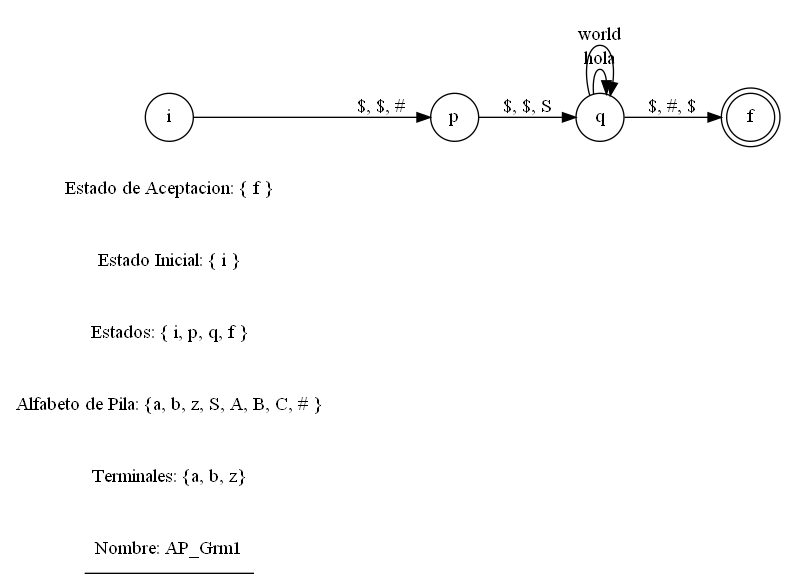
Before: Grm1.png, a diagram exported from Graphviz (jeach27/-LFP-Proyecto2_201903873). Its source is kept beside it as Grm1.dot. Source of this version:
```dot
digraph G{
rankdir=LR
A[label="Nombre: AP_Grm1",shape="underline"]
F[label="Terminales: {a, b, z}",shape="none"]
B[label="Alfabeto de Pila: {a, b, z, S, A, B, C, # }",shape="none"]
C[label="Estados: { i, p, q, f }",shape="none"]
D[label="Estado Inicial: { i }",shape="none"]
E[label="Estado de Aceptacion: { f }",shape="none"]
G[label="i",shape="circle"]
H[label="p",shape="circle"]
I[label="q",shape="circle"]
J[label="f",shape="doublecircle"]
G -> H [label="$, $, #"]
H -> I [label="$, $, S"]
I -> J [label="$, #, $"]
I -> I [label="hola"]
I -> I [label="world"]

}
```
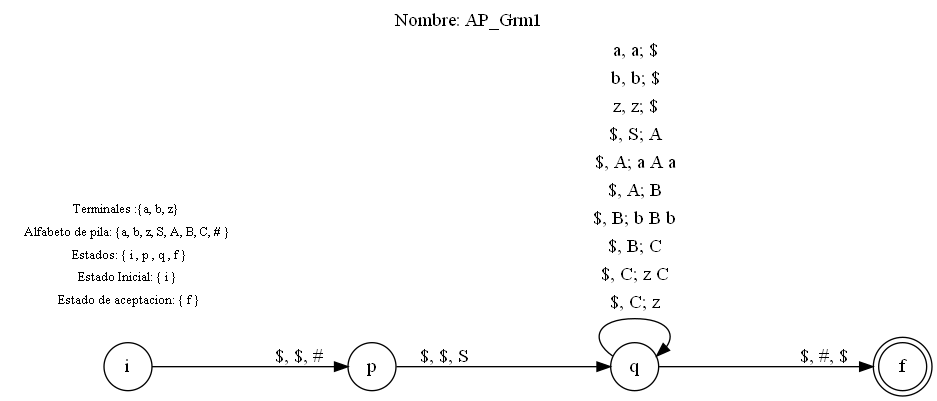
After the change.

Diff of the diagram source:
```diff
@@ -1,11 +1,5 @@
 digraph G{
 rankdir=LR
-A[label="Nombre: AP_Grm1",shape="underline"]
-F[label="Terminales: {a, b, z}",shape="none"]
-B[label="Alfabeto de Pila: {a, b, z, S, A, B, C, # }",shape="none"]
-C[label="Estados: { i, p, q, f }",shape="none"]
-D[label="Estado Inicial: { i }",shape="none"]
-E[label="Estado de Aceptacion: { f }",shape="none"]
 G[label="i",shape="circle"]
 H[label="p",shape="circle"]
 I[label="q",shape="circle"]
@@ -13,7 +7,25 @@
 G -> H [label="$, $, #"]
 H -> I [label="$, $, S"]
 I -> J [label="$, #, $"]
-I -> I [label="hola"]
-I -> I [label="world"]
-
+I -> I [label=<<TABLE BORDER="0" border = "0" cellborder = "0">
+<tr><td>a, a; $</td></tr>
+<tr><td>b, b; $</td></tr>
+<tr><td>z, z; $</td></tr>
+<tr><td>$, S; A</td></tr>
+<tr><td>$, A; a A a</td></tr>
+<tr><td>$, A; B</td></tr>
+<tr><td>$, B; b B b</td></tr>
+<tr><td>$, B; C</td></tr>
+<tr><td>$, C; z C</td></tr>
+<tr><td>$, C; z</td></tr>
+</TABLE>>]
+tabla[shape = plaintext, fontsize = 10, label = <
+<TABLE BORDER="0" border = "0" cellborder = "0">
+"<tr><td> Terminales :{a, b, z}  </td></tr>
+<tr><td> Alfabeto de pila: {a, b, z, S, A, B, C, # } </td></tr>
+<tr><td> Estados: { i , p , q , f }</td></tr>
+<tr><td> Estado Inicial: { i } </td></tr>
+<tr><td> Estado de aceptacion: { f }</td></tr>
+</TABLE>
+>];labelloc="t";label="Nombre: AP_Grm1";
 }
```
